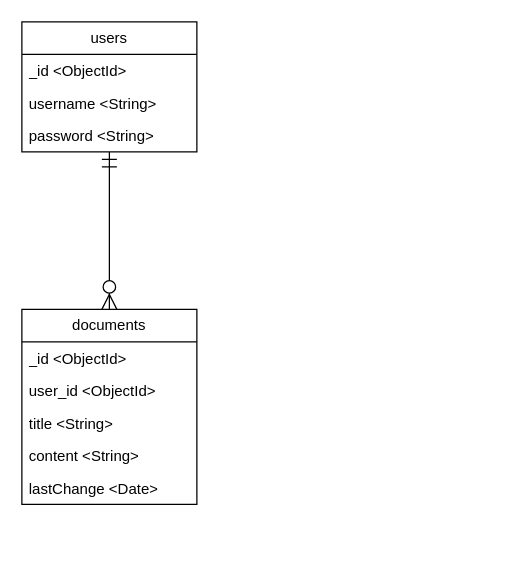
This is docs/database_Schema.drawio from MortnMLE/Red, a draw.io file, before an edit. Source tidied: cells renumbered, new cells numbered last; positions are measured from the earlier drawing's top-left corner, leaving out a move shared by most shapes. Both pictures are drawn from the tidied source at 125%, with x=0, y=0 at pixel (21, 21).
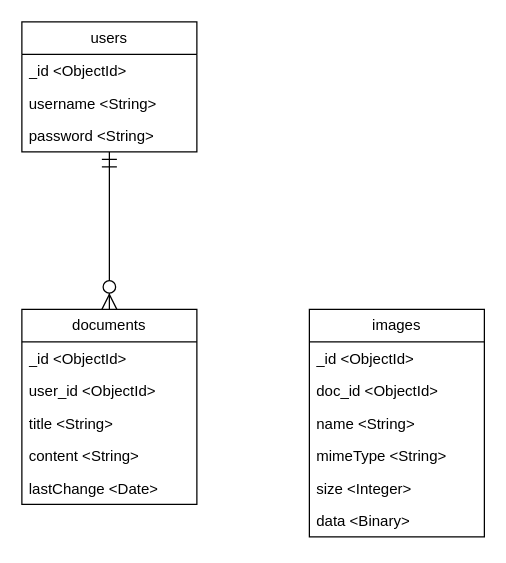
The same diagram, later.

Change to the diagram source:
```diff
@@
 <mxGraphModel>
   <root>
     <mxCell id="0" />
     <mxCell id="1" parent="0" />
     <mxCell id="2" value="users" style="swimlane;fontStyle=0;horizontal=1;startSize=26;fillColor=none;whiteSpace=wrap;html=1;" parent="1" vertex="1">
       <mxGeometry width="140" height="104" as="geometry" />
     </mxCell>
     <mxCell id="3" value="_id &amp;lt;ObjectId&amp;gt;" style="text;strokeColor=none;fillColor=none;align=left;verticalAlign=top;spacingLeft=4;spacingRight=4;overflow=hidden;whiteSpace=wrap;html=1;" parent="2" vertex="1">
       <mxGeometry y="26" width="140" height="26" as="geometry" />
     </mxCell>
     <mxCell id="4" value="username &amp;lt;String&amp;gt;" style="text;strokeColor=none;fillColor=none;align=left;verticalAlign=top;spacingLeft=4;spacingRight=4;overflow=hidden;whiteSpace=wrap;html=1;" parent="2" vertex="1">
       <mxGeometry y="52" width="140" height="26" as="geometry" />
     </mxCell>
     <mxCell id="5" value="password &amp;lt;String&amp;gt;" style="text;strokeColor=none;fillColor=none;align=left;verticalAlign=top;spacingLeft=4;spacingRight=4;overflow=hidden;whiteSpace=wrap;html=1;" parent="2" vertex="1">
       <mxGeometry y="78" width="140" height="26" as="geometry" />
     </mxCell>
     <mxCell id="6" value="documents" style="swimlane;fontStyle=0;horizontal=1;startSize=26;fillColor=none;whiteSpace=wrap;html=1;" parent="1" vertex="1">
       <mxGeometry y="230" width="140" height="156" as="geometry" />
     </mxCell>
     <mxCell id="7" value="_id &amp;lt;ObjectId&amp;gt;" style="text;strokeColor=none;fillColor=none;align=left;verticalAlign=top;spacingLeft=4;spacingRight=4;overflow=hidden;whiteSpace=wrap;html=1;" parent="6" vertex="1">
       <mxGeometry y="26" width="140" height="26" as="geometry" />
     </mxCell>
     <mxCell id="8" value="user_id &amp;lt;ObjectId&amp;gt;" style="text;strokeColor=none;fillColor=none;align=left;verticalAlign=top;spacingLeft=4;spacingRight=4;overflow=hidden;whiteSpace=wrap;html=1;" parent="6" vertex="1">
       <mxGeometry y="52" width="140" height="26" as="geometry" />
     </mxCell>
     <mxCell id="9" value="title &amp;lt;String&amp;gt;" style="text;strokeColor=none;fillColor=none;align=left;verticalAlign=top;spacingLeft=4;spacingRight=4;overflow=hidden;whiteSpace=wrap;html=1;" parent="6" vertex="1">
       <mxGeometry y="78" width="140" height="26" as="geometry" />
     </mxCell>
     <mxCell id="10" value="content &amp;lt;String&amp;gt;" style="text;strokeColor=none;fillColor=none;align=left;verticalAlign=top;spacingLeft=4;spacingRight=4;overflow=hidden;whiteSpace=wrap;html=1;" parent="6" vertex="1">
       <mxGeometry y="104" width="140" height="26" as="geometry" />
     </mxCell>
     <mxCell id="11" value="lastChange &amp;lt;Date&amp;gt;" style="text;strokeColor=none;fillColor=none;align=left;verticalAlign=top;spacingLeft=4;spacingRight=4;overflow=hidden;whiteSpace=wrap;html=1;" parent="6" vertex="1">
       <mxGeometry y="130" width="140" height="26" as="geometry" />
     </mxCell>
     <mxCell id="12" style="edgeStyle=orthogonalEdgeStyle;fontSize=12;html=1;endArrow=ERzeroToMany;startArrow=ERmandOne;rounded=0;strokeWidth=1;endSize=10;startSize=10;" parent="1" edge="1" source="2" target="6">
       <mxGeometry relative="1" as="geometry" />
     </mxCell>
+    <mxCell id="13" value="images" style="swimlane;fontStyle=0;horizontal=1;startSize=26;fillColor=none;whiteSpace=wrap;html=1;" parent="1" vertex="1">
+      <mxGeometry x="230" y="230" width="140" height="182" as="geometry" />
+    </mxCell>
+    <mxCell id="14" value="_id &amp;lt;ObjectId&amp;gt;" style="text;strokeColor=none;fillColor=none;align=left;verticalAlign=top;spacingLeft=4;spacingRight=4;overflow=hidden;whiteSpace=wrap;html=1;" parent="13" vertex="1">
+      <mxGeometry y="26" width="140" height="26" as="geometry" />
+    </mxCell>
+    <mxCell id="15" value="doc_id &amp;lt;ObjectId&amp;gt;" style="text;strokeColor=none;fillColor=none;align=left;verticalAlign=top;spacingLeft=4;spacingRight=4;overflow=hidden;whiteSpace=wrap;html=1;" parent="13" vertex="1">
+      <mxGeometry y="52" width="140" height="26" as="geometry" />
+    </mxCell>
+    <mxCell id="16" value="name &amp;lt;String&amp;gt;" style="text;strokeColor=none;fillColor=none;align=left;verticalAlign=top;spacingLeft=4;spacingRight=4;overflow=hidden;whiteSpace=wrap;html=1;" parent="13" vertex="1">
+      <mxGeometry y="78" width="140" height="26" as="geometry" />
+    </mxCell>
+    <mxCell id="17" value="mimeType &amp;lt;String&amp;gt;" style="text;strokeColor=none;fillColor=none;align=left;verticalAlign=top;spacingLeft=4;spacingRight=4;overflow=hidden;whiteSpace=wrap;html=1;" parent="13" vertex="1">
+      <mxGeometry y="104" width="140" height="26" as="geometry" />
+    </mxCell>
+    <mxCell id="18" value="size &amp;lt;Integer&amp;gt;" style="text;strokeColor=none;fillColor=none;align=left;verticalAlign=top;spacingLeft=4;spacingRight=4;overflow=hidden;whiteSpace=wrap;html=1;" parent="13" vertex="1">
+      <mxGeometry y="130" width="140" height="26" as="geometry" />
+    </mxCell>
+    <mxCell id="19" value="data &amp;lt;Binary&amp;gt;" style="text;strokeColor=none;fillColor=none;align=left;verticalAlign=top;spacingLeft=4;spacingRight=4;overflow=hidden;whiteSpace=wrap;html=1;" parent="13" vertex="1">
+      <mxGeometry y="156" width="140" height="26" as="geometry" />
+    </mxCell>
   </root>
 </mxGraphModel>
```
